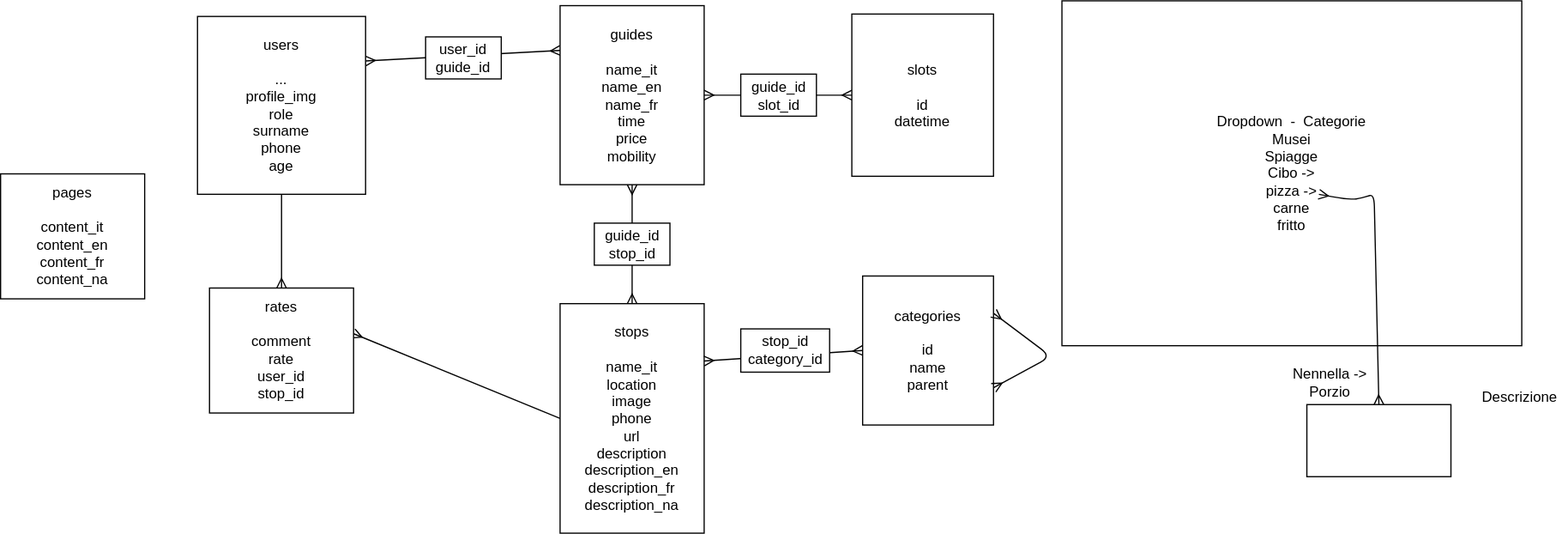
This is backend/I&M.drawio.svg from InnocenzoMerola/im_capstone_project, a draw.io export, as it was before one commit. Source tidied: cells renumbered, new cells last; positions are measured from the earlier drawing's top-left corner, leaving out a move shared by most shapes.
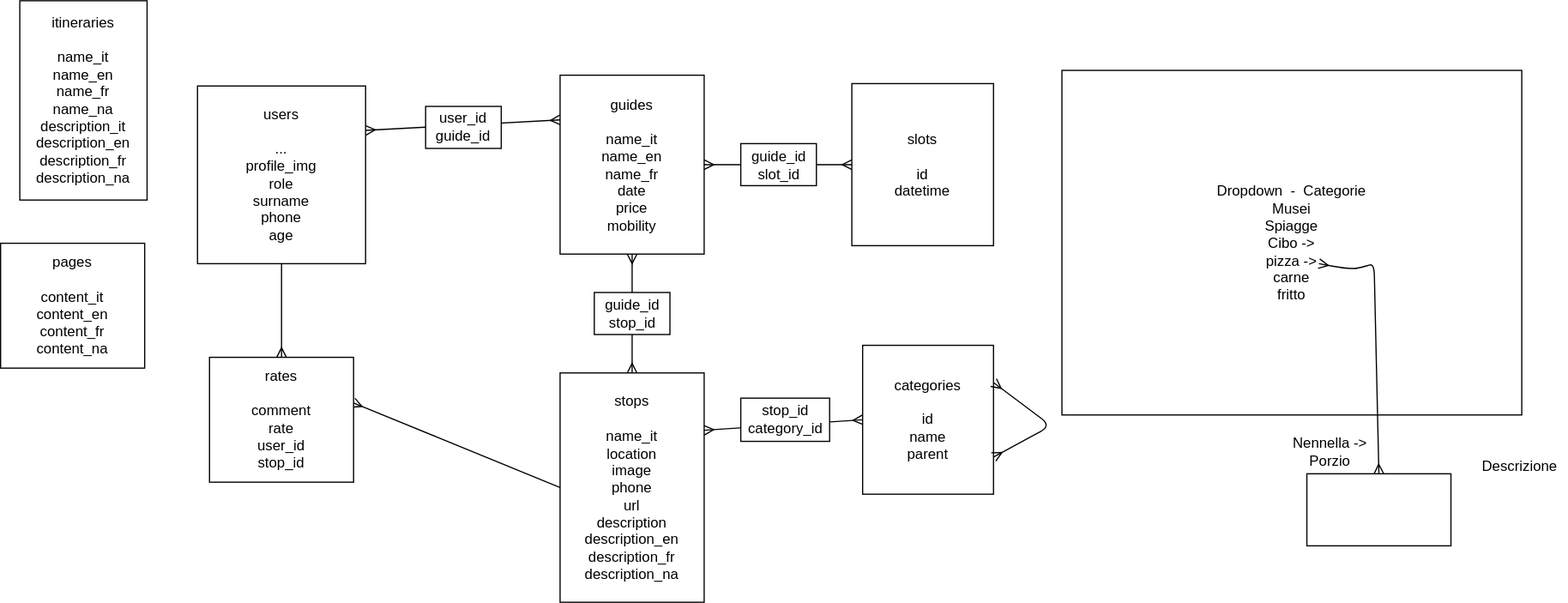
Above is the later version.

Change to the diagram source:
```diff
@@ -11,7 +11,7 @@
     <mxCell id="4" value="users&lt;br&gt;&lt;br&gt;...&lt;br&gt;profile_img&lt;br&gt;role&lt;br&gt;surname&lt;br&gt;phone&lt;br&gt;age" style="rounded=0;whiteSpace=wrap;html=1;" parent="1" vertex="1">
       <mxGeometry x="164" y="13" width="140" height="148" as="geometry" />
     </mxCell>
-    <mxCell id="5" value="guides&lt;br&gt;&lt;br&gt;name_it&lt;br&gt;name_en&lt;br&gt;name_fr&lt;br&gt;time&lt;br&gt;price&lt;br&gt;mobility" style="rounded=0;whiteSpace=wrap;html=1;" parent="1" vertex="1">
+    <mxCell id="5" value="guides&lt;br&gt;&lt;br&gt;name_it&lt;br&gt;name_en&lt;br&gt;name_fr&lt;br&gt;date&lt;br&gt;price&lt;br&gt;mobility" style="rounded=0;whiteSpace=wrap;html=1;" parent="1" vertex="1">
       <mxGeometry x="466" y="4" width="120" height="149" as="geometry" />
     </mxCell>
     <mxCell id="6" style="edgeStyle=none;html=1;exitX=0;exitY=0.5;exitDx=0;exitDy=0;entryX=0.997;entryY=0.364;entryDx=0;entryDy=0;startArrow=none;startFill=0;endArrow=ERmany;endFill=0;entryPerimeter=0;" parent="1" edge="1" source="7" target="9">
@@ -85,5 +85,8 @@
         </Array>
       </mxGeometry>
     </mxCell>
+    <mxCell id="26" value="itineraries&lt;br&gt;&lt;br&gt;name_it&lt;br&gt;name_en&lt;br&gt;name_fr&lt;br&gt;name_na&lt;br&gt;description_it&lt;br&gt;description_en&lt;br&gt;description_fr&lt;br&gt;description_na&lt;br&gt;" style="whiteSpace=wrap;html=1;" parent="1" vertex="1">
+      <mxGeometry x="16" y="-58" width="106" height="166" as="geometry" />
+    </mxCell>
   </root>
 </mxGraphModel>
```
